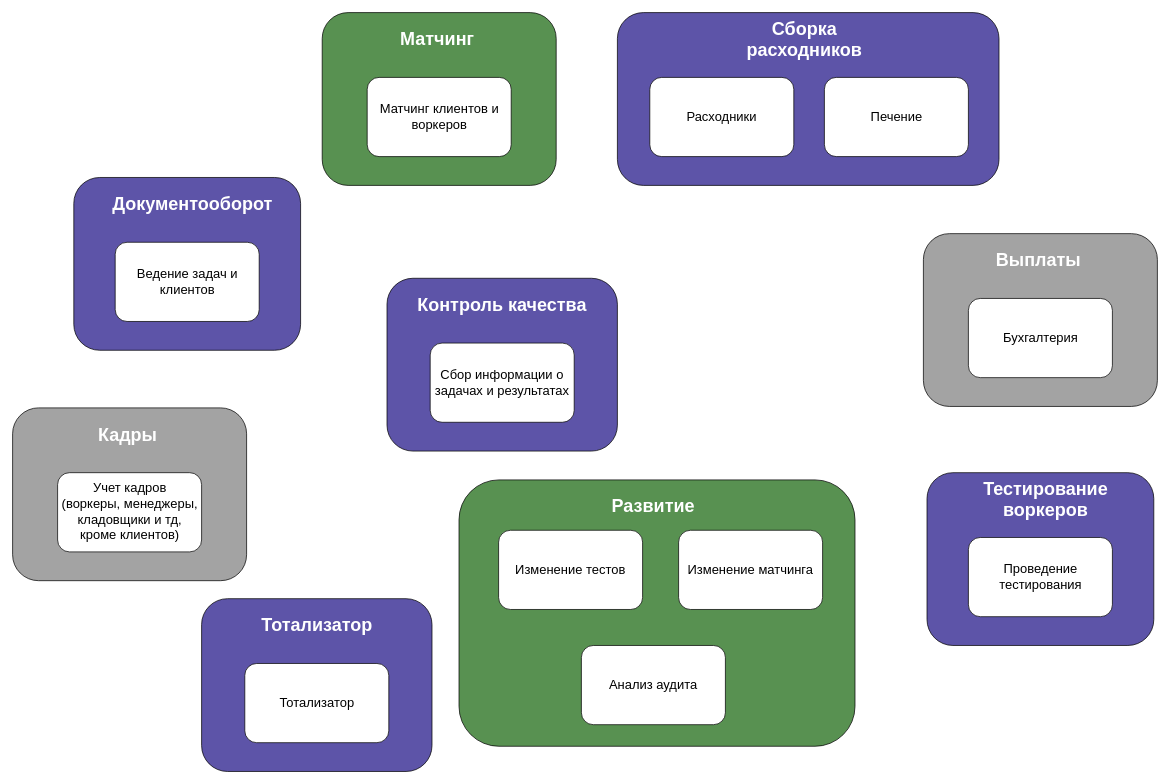
DmitriiZheleznikov/sa3_hw keeps this draw.io diagram as lesson02/assets/HW2_Bounded_Contexts.drawio. Above is the earlier version. Source tidied: cells renumbered, new cells numbered last; positions are measured from the earlier drawing's top-left corner, leaving out a move shared by most shapes. Both pictures are drawn from the tidied source at 72%, with x=0, y=0 at pixel (12, 12).
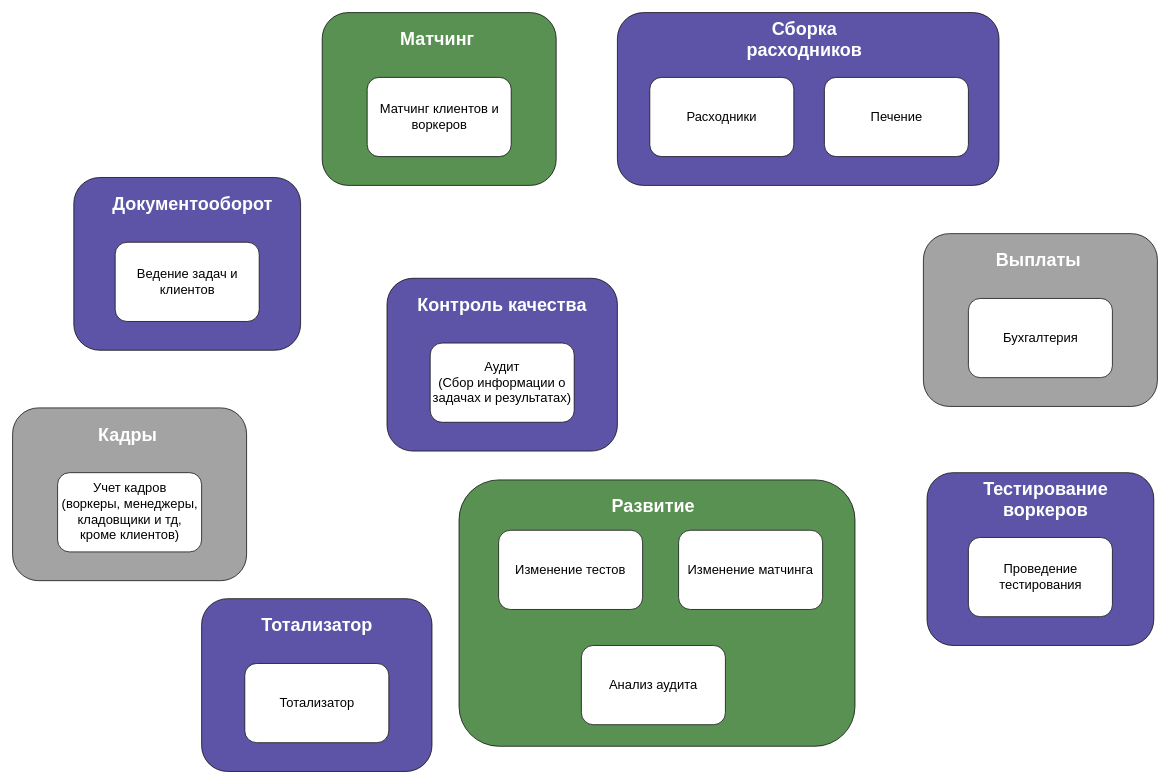
The same diagram, later.

Change to the diagram source:
```diff
@@
-    <mxCell id="13" value="&lt;font style=&quot;font-size: 18px;&quot;&gt;Сбор информации о задачах и результатах&lt;/font&gt;" style="rounded=1;whiteSpace=wrap;html=1;" parent="1" vertex="1">
+    <mxCell id="13" value="&lt;div&gt;&lt;font style=&quot;font-size: 18px;&quot;&gt;Аудит&lt;/font&gt;&lt;/div&gt;&lt;font style=&quot;font-size: 18px;&quot;&gt;(Сбор информации о задачах и результатах)&lt;/font&gt;" style="rounded=1;whiteSpace=wrap;html=1;" parent="1" vertex="1">
       <mxGeometry x="580" y="459" width="200" height="110" as="geometry" />
     </mxCell>
```
